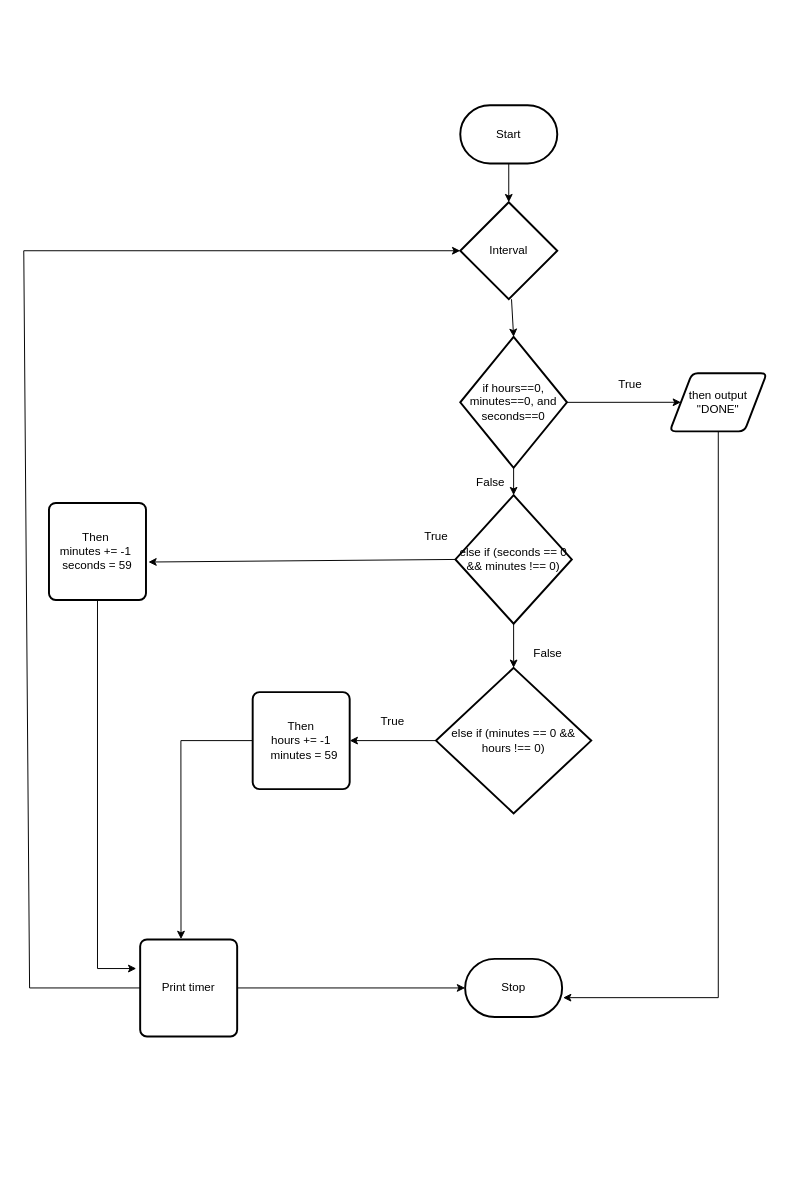
Earlier version of the draw.io diagram design/flowchart.drawio (MTHS-ICD2O-1-2023/ICD2O-1-2023-Final-Project-Julianne-Leblanc-Peltier-Fethawit-Gebremekeal). Source tidied: cells renumbered, new cells numbered last; positions are measured from the earlier drawing's top-left corner, leaving out a move shared by most shapes. Both pictures are drawn from the tidied source at 97%, with x=0, y=0 at pixel (23, 105).
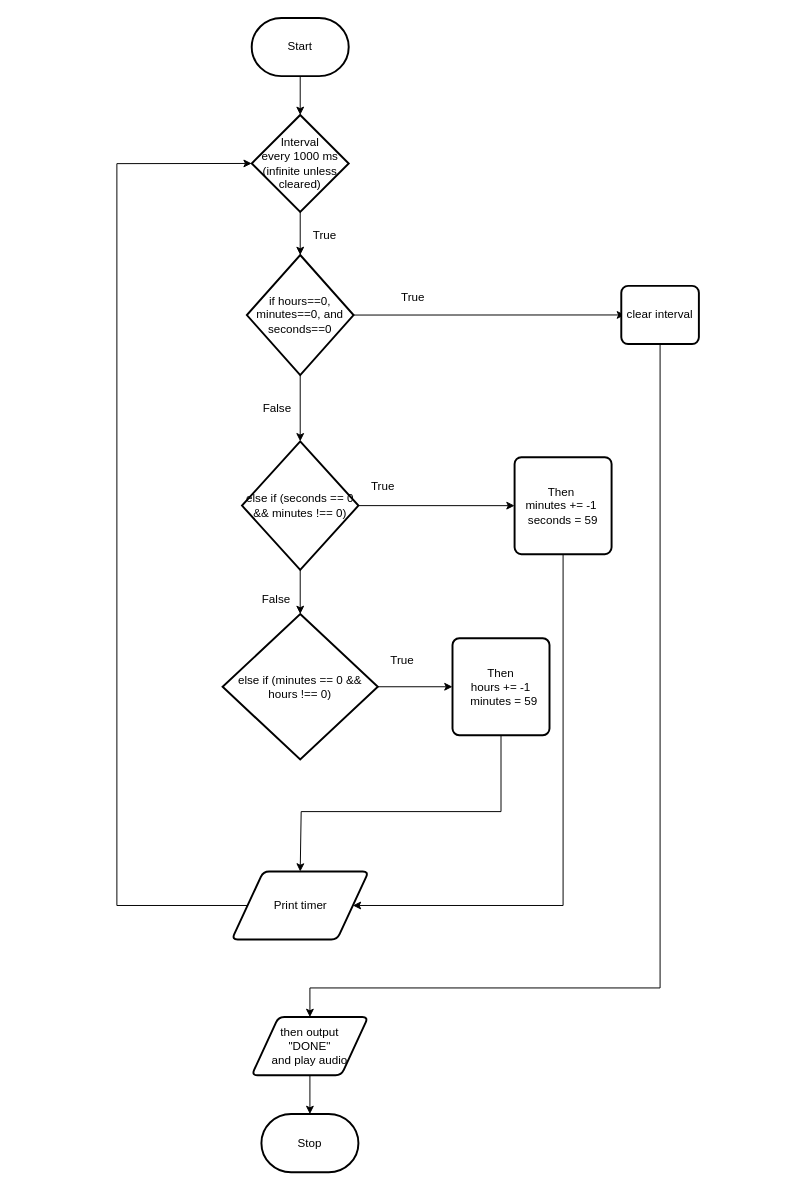
The same diagram, later.

The edit, as a diff of the source:
```diff
@@
     <mxCell id="3" value="Start" style="strokeWidth=2;html=1;shape=mxgraph.flowchart.terminator;whiteSpace=wrap;" parent="1" vertex="1">
-      <mxGeometry x="450" width="100" height="60" as="geometry" />
+      <mxGeometry x="235" y="-90" width="100" height="60" as="geometry" />
     </mxCell>
     <mxCell id="4" value="Stop" style="strokeWidth=2;html=1;shape=mxgraph.flowchart.terminator;whiteSpace=wrap;" parent="1" vertex="1">
-      <mxGeometry x="455" y="880" width="100" height="60" as="geometry" />
+      <mxGeometry x="245" y="1040" width="100" height="60" as="geometry" />
     </mxCell>
-    <mxCell id="5" style="edgeStyle=none;html=1;exitX=1;exitY=0.5;exitDx=0;exitDy=0;exitPerimeter=0;" parent="1" edge="1" source="7" target="9">
-      <mxGeometry relative="1" as="geometry" />
+    <mxCell id="5" style="edgeStyle=none;html=1;exitX=1;exitY=0.5;exitDx=0;exitDy=0;exitPerimeter=0;" parent="1" edge="1" source="7">
+      <mxGeometry relative="1" as="geometry">
+        <mxPoint x="619.8" y="216.2" as="targetPoint" />
+      </mxGeometry>
     </mxCell>
-    <mxCell id="6" style="edgeStyle=none;rounded=0;html=1;exitX=0.5;exitY=1;exitDx=0;exitDy=0;exitPerimeter=0;entryX=0.5;entryY=0;entryDx=0;entryDy=0;entryPerimeter=0;" parent="1" edge="1" source="7" target="12">
+    <mxCell id="6" style="edgeStyle=none;html=1;exitX=0.5;exitY=1;exitDx=0;exitDy=0;exitPerimeter=0;" parent="1" edge="1" source="7" target="12">
       <mxGeometry relative="1" as="geometry" />
     </mxCell>
     <mxCell id="7" value="if hours==0, minutes==0, and seconds==0" style="strokeWidth=2;html=1;shape=mxgraph.flowchart.decision;whiteSpace=wrap;" parent="1" vertex="1">
-      <mxGeometry x="450" y="238.8" width="110" height="135" as="geometry" />
+      <mxGeometry x="230" y="154.4" width="110" height="123.8" as="geometry" />
     </mxCell>
+    <mxCell id="10" style="edgeStyle=none;rounded=0;html=1;exitX=0.5;exitY=1;exitDx=0;exitDy=0;exitPerimeter=0;entryX=0.5;entryY=0;entryDx=0;entryDy=0;entryPerimeter=0;" parent="1" edge="1" source="12" target="18">
+      <mxGeometry relative="1" as="geometry" />
+    </mxCell>
-    <mxCell id="8" style="edgeStyle=none;rounded=0;html=1;entryX=1.01;entryY=0.667;entryDx=0;entryDy=0;entryPerimeter=0;" parent="1" edge="1" source="9" target="4">
-      <mxGeometry relative="1" as="geometry">
-        <Array as="points">
-          <mxPoint x="716" y="920" />
-        </Array>
-      </mxGeometry>
+    <mxCell id="8" style="edgeStyle=none;html=1;exitX=1;exitY=0.5;exitDx=0;exitDy=0;exitPerimeter=0;entryX=0;entryY=0.5;entryDx=0;entryDy=0;" parent="1" edge="1" source="12" target="16">
+      <mxGeometry relative="1" as="geometry" />
     </mxCell>
-    <mxCell id="9" value="then output &quot;DONE&quot;" style="shape=parallelogram;html=1;strokeWidth=2;perimeter=parallelogramPerimeter;whiteSpace=wrap;rounded=1;arcSize=12;size=0.23;" parent="1" vertex="1">
-      <mxGeometry x="666" y="276.2" width="100" height="60" as="geometry" />
-    </mxCell>
-    <mxCell id="10" style="edgeStyle=none;rounded=0;html=1;exitX=0.5;exitY=1;exitDx=0;exitDy=0;exitPerimeter=0;entryX=0.5;entryY=0;entryDx=0;entryDy=0;entryPerimeter=0;" parent="1" edge="1" source="12" target="18">
-      <mxGeometry relative="1" as="geometry" />
-    </mxCell>
-    <mxCell id="11" style="edgeStyle=none;rounded=0;html=1;exitX=0;exitY=0.5;exitDx=0;exitDy=0;exitPerimeter=0;entryX=1.025;entryY=0.609;entryDx=0;entryDy=0;entryPerimeter=0;" parent="1" edge="1" source="12" target="16">
-      <mxGeometry relative="1" as="geometry" />
-    </mxCell>
     <mxCell id="12" value="else if (seconds == 0 &amp;amp;&amp;amp; minutes !== 0)" style="strokeWidth=2;html=1;shape=mxgraph.flowchart.decision;whiteSpace=wrap;" parent="1" vertex="1">
-      <mxGeometry x="445" y="402" width="120" height="132.5" as="geometry" />
+      <mxGeometry x="225" y="346.5" width="120" height="132.5" as="geometry" />
     </mxCell>
     <mxCell id="13" value="True" style="text;html=1;align=center;verticalAlign=middle;strokeColor=none;fillColor=none;" parent="1" vertex="1">
-      <mxGeometry x="600" y="272.5" width="50" height="30" as="geometry" />
+      <mxGeometry x="376" y="182.5" width="50" height="30" as="geometry" />
     </mxCell>
     <mxCell id="14" value="False" style="text;html=1;align=center;verticalAlign=middle;strokeColor=none;fillColor=none;" parent="1" vertex="1">
-      <mxGeometry x="515" y="550" width="50" height="30" as="geometry" />
+      <mxGeometry x="235" y="494.5" width="50" height="30" as="geometry" />
     </mxCell>
-    <mxCell id="15" style="edgeStyle=none;rounded=0;html=1;" parent="1" edge="1" source="16">
-      <mxGeometry relative="1" as="geometry">
-        <mxPoint x="116" y="890" as="targetPoint" />
-        <Array as="points">
-          <mxPoint x="76" y="890" />
-        </Array>
-      </mxGeometry>
-    </mxCell>
+    <mxCell id="29" style="edgeStyle=none;rounded=0;html=1;exitX=0.5;exitY=1;exitDx=0;exitDy=0;entryX=1;entryY=0.5;entryDx=0;entryDy=0;" parent="1" edge="1" source="16" target="26">
+      <mxGeometry relative="1" as="geometry">
+        <Array as="points">
+          <mxPoint x="556" y="825" />
+        </Array>
+      </mxGeometry>
+    </mxCell>
     <mxCell id="16" value="&lt;div&gt;Then&amp;nbsp;&lt;/div&gt;&lt;div&gt;minutes += -1&amp;nbsp;&lt;/div&gt;&lt;div&gt;&lt;span style=&quot;background-color: initial;&quot;&gt;seconds = 59&lt;/span&gt;&lt;/div&gt;" style="rounded=1;whiteSpace=wrap;html=1;absoluteArcSize=1;arcSize=14;strokeWidth=2;" parent="1" vertex="1">
-      <mxGeometry x="26" y="410" width="100" height="100" as="geometry" />
+      <mxGeometry x="506" y="362.8" width="100" height="100" as="geometry" />
     </mxCell>
-    <mxCell id="17" style="edgeStyle=none;rounded=0;html=1;exitX=0;exitY=0.5;exitDx=0;exitDy=0;exitPerimeter=0;entryX=1;entryY=0.5;entryDx=0;entryDy=0;" parent="1" edge="1" source="18" target="21">
+    <mxCell id="17" style="edgeStyle=none;html=1;exitX=1;exitY=0.5;exitDx=0;exitDy=0;exitPerimeter=0;entryX=0;entryY=0.5;entryDx=0;entryDy=0;" parent="1" edge="1" source="18" target="21">
       <mxGeometry relative="1" as="geometry" />
     </mxCell>
     <mxCell id="18" value="else if (minutes == 0 &amp;amp;&amp;amp; hours !== 0)" style="strokeWidth=2;html=1;shape=mxgraph.flowchart.decision;whiteSpace=wrap;" parent="1" vertex="1">
-      <mxGeometry x="425" y="580" width="160" height="150" as="geometry" />
+      <mxGeometry x="205" y="524.5" width="160" height="150" as="geometry" />
     </mxCell>
     <mxCell id="19" value="False" style="text;html=1;align=center;verticalAlign=middle;strokeColor=none;fillColor=none;" parent="1" vertex="1">
-      <mxGeometry x="456" y="373.8" width="50" height="30" as="geometry" />
+      <mxGeometry x="236" y="298.2" width="50" height="30" as="geometry" />
     </mxCell>
-    <mxCell id="20" style="edgeStyle=none;rounded=0;html=1;exitX=0;exitY=0.5;exitDx=0;exitDy=0;entryX=0.421;entryY=-0.004;entryDx=0;entryDy=0;entryPerimeter=0;" parent="1" edge="1" source="21" target="26">
+    <mxCell id="20" style="edgeStyle=none;html=1;exitX=0.5;exitY=1;exitDx=0;exitDy=0;entryX=0.5;entryY=0;entryDx=0;entryDy=0;rounded=0;" parent="1" edge="1" source="21" target="26">
       <mxGeometry relative="1" as="geometry">
         <Array as="points">
-          <mxPoint x="162" y="655" />
+          <mxPoint x="492" y="728.2" />
+          <mxPoint x="286" y="728.2" />
         </Array>
       </mxGeometry>
     </mxCell>
     <mxCell id="21" value="&lt;div&gt;&amp;nbsp;Then&amp;nbsp;&lt;/div&gt;&lt;div&gt;hours += -1&lt;/div&gt;&lt;div&gt;&amp;nbsp; minutes = 59&lt;/div&gt;" style="rounded=1;whiteSpace=wrap;html=1;absoluteArcSize=1;arcSize=14;strokeWidth=2;" parent="1" vertex="1">
-      <mxGeometry x="236" y="605" width="100" height="100" as="geometry" />
+      <mxGeometry x="442" y="549.5" width="100" height="100" as="geometry" />
     </mxCell>
@@
-    <mxCell id="23" value="Interval" style="strokeWidth=2;html=1;shape=mxgraph.flowchart.decision;whiteSpace=wrap;" parent="1" vertex="1">
-      <mxGeometry x="450" y="100" width="100" height="100" as="geometry" />
+    <mxCell id="23" value="Interval&lt;br&gt;every 1000 ms&lt;br&gt;(infinite unless cleared)" style="strokeWidth=2;html=1;shape=mxgraph.flowchart.decision;whiteSpace=wrap;" parent="1" vertex="1">
+      <mxGeometry x="235" y="10" width="100" height="100" as="geometry" />
     </mxCell>
-    <mxCell id="24" style="edgeStyle=none;rounded=0;html=1;" parent="1" edge="1" source="26" target="4">
-      <mxGeometry relative="1" as="geometry" />
-    </mxCell>
-    <mxCell id="25" style="edgeStyle=none;rounded=0;html=1;entryX=0;entryY=0.5;entryDx=0;entryDy=0;entryPerimeter=0;" parent="1" edge="1" source="26" target="23">
+    <mxCell id="25" style="edgeStyle=none;rounded=0;html=1;entryX=0;entryY=0.5;entryDx=0;entryDy=0;entryPerimeter=0;exitX=0;exitY=0.5;exitDx=0;exitDy=0;" parent="1" edge="1" source="26" target="23">
       <mxGeometry relative="1" as="geometry">
         <Array as="points">
-          <mxPoint x="6" y="910" />
-          <mxPoint y="150" />
+          <mxPoint x="96" y="825" />
+          <mxPoint x="96" y="60.2" />
         </Array>
       </mxGeometry>
     </mxCell>
-    <mxCell id="26" value="Print timer" style="rounded=1;whiteSpace=wrap;html=1;absoluteArcSize=1;arcSize=14;strokeWidth=2;" parent="1" vertex="1">
-      <mxGeometry x="120" y="860" width="100" height="100" as="geometry" />
-    </mxCell>
     <mxCell id="27" value="True" style="text;html=1;align=center;verticalAlign=middle;strokeColor=none;fillColor=none;" parent="1" vertex="1">
-      <mxGeometry x="355" y="620" width="50" height="30" as="geometry" />
+      <mxGeometry x="365" y="558.2" width="50" height="30" as="geometry" />
     </mxCell>
     <mxCell id="28" value="True" style="text;html=1;align=center;verticalAlign=middle;strokeColor=none;fillColor=none;" parent="1" vertex="1">
-      <mxGeometry x="400" y="430" width="50" height="30" as="geometry" />
+      <mxGeometry x="345" y="378.2" width="50" height="30" as="geometry" />
     </mxCell>
+    <mxCell id="30" style="edgeStyle=none;rounded=0;html=1;exitX=0.5;exitY=1;exitDx=0;exitDy=0;entryX=0.5;entryY=0;entryDx=0;entryDy=0;" parent="1" edge="1" source="31" target="33">
+      <mxGeometry relative="1" as="geometry">
+        <Array as="points">
+          <mxPoint x="656" y="910" />
+          <mxPoint x="295" y="910" />
+        </Array>
+      </mxGeometry>
+    </mxCell>
+    <mxCell id="31" value="&lt;div&gt;clear interval&lt;/div&gt;" style="rounded=1;whiteSpace=wrap;html=1;absoluteArcSize=1;arcSize=14;strokeWidth=2;" parent="1" vertex="1">
+      <mxGeometry x="616" y="186.2" width="80" height="60" as="geometry" />
+    </mxCell>
+    <mxCell id="32" style="edgeStyle=none;rounded=0;html=1;exitX=0.5;exitY=1;exitDx=0;exitDy=0;entryX=0.5;entryY=0;entryDx=0;entryDy=0;entryPerimeter=0;" parent="1" edge="1" source="33" target="4">
+      <mxGeometry relative="1" as="geometry" />
+    </mxCell>
+    <mxCell id="33" value="then output &lt;br&gt;&quot;DONE&quot;&lt;br&gt;and play audio" style="shape=parallelogram;html=1;strokeWidth=2;perimeter=parallelogramPerimeter;whiteSpace=wrap;rounded=1;arcSize=12;size=0.23;" parent="1" vertex="1">
+      <mxGeometry x="235" y="940" width="120" height="60" as="geometry" />
+    </mxCell>
+    <mxCell id="34" value="True" style="text;html=1;align=center;verticalAlign=middle;strokeColor=none;fillColor=none;" parent="1" vertex="1">
+      <mxGeometry x="285" y="118.8" width="50" height="30" as="geometry" />
+    </mxCell>
+    <mxCell id="26" value="Print timer" style="shape=parallelogram;html=1;strokeWidth=2;perimeter=parallelogramPerimeter;whiteSpace=wrap;rounded=1;arcSize=12;size=0.23;" parent="1" vertex="1">
+      <mxGeometry x="214.5" y="790" width="141" height="70" as="geometry" />
+    </mxCell>
```
